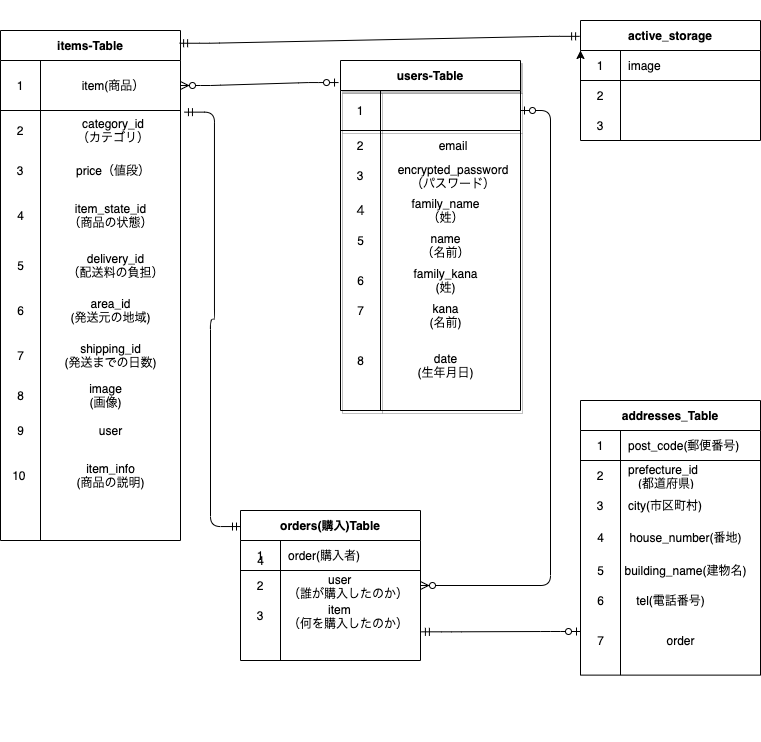
This is furimaER.drawio.png from makoto07karin/furima-36874, a draw.io export, as it was before one commit. Source tidied: cells renumbered, new cells last; positions are measured from the earlier drawing's top-left corner, leaving out a move shared by most shapes.
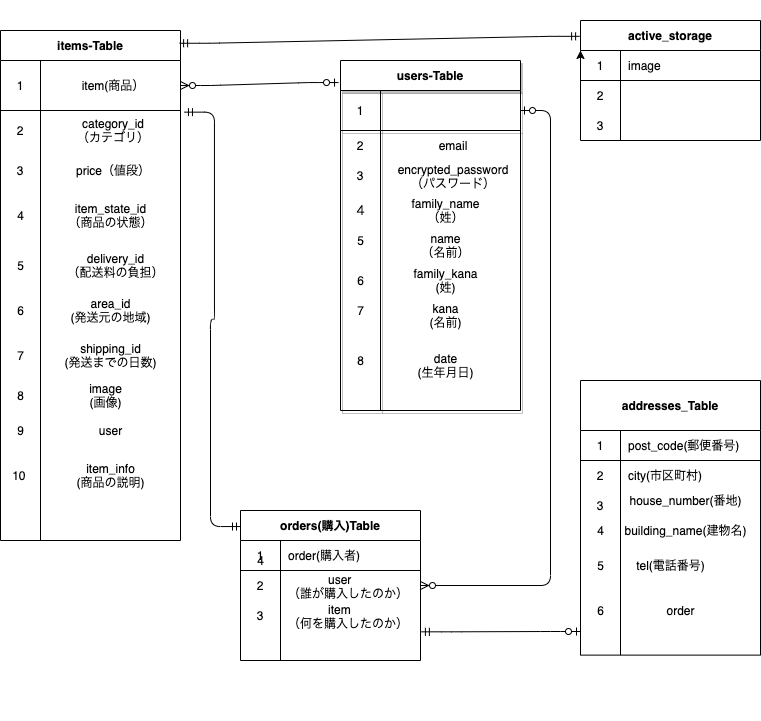
The same diagram one commit later.

Change to the diagram source:
```diff
@@ -224,16 +224,16 @@
       <mxGeometry x="350" y="350" width="20" height="20" as="geometry" />
     </mxCell>
     <mxCell id="75" style="group;" parent="1" vertex="1">
-      <mxGeometry x="580" y="400" width="180" height="340" as="geometry" />
+      <mxGeometry x="580" y="380" width="180" height="340" as="geometry" />
     </mxCell>
     <mxCell id="76" style="group;" parent="75" vertex="1">
       <mxGeometry width="180" height="340" as="geometry" />
     </mxCell>
-    <mxCell id="77" value="addresses_Table" style="shape=table;startSize=30;rowLines=0;fontStyle=1;align=center;" parent="76" vertex="1">
+    <mxCell id="77" value="addresses_Table" style="shape=table;startSize=50;rowLines=0;fontStyle=1;align=center;" parent="76" vertex="1">
       <mxGeometry width="180" height="274.6" as="geometry" />
     </mxCell>
     <mxCell id="78" style="shape=partialRectangle;html=1;whiteSpace=wrap;fillColor=none;top=0;left=0;bottom=1;right=0;" parent="77" vertex="1">
-      <mxGeometry y="30" width="180" height="30" as="geometry" />
+      <mxGeometry y="50" width="180" height="30" as="geometry" />
     </mxCell>
     <mxCell id="79" value="1" style="shape=partialRectangle;html=1;whiteSpace=wrap;fillColor=none;top=0;left=0;bottom=0;right=0;overflow=hidden;" parent="78" vertex="1">
       <mxGeometry width="40" height="30" as="geometry" />
@@ -242,50 +242,47 @@
       <mxGeometry x="40" width="140" height="30" as="geometry" />
     </mxCell>
     <mxCell id="81" style="shape=partialRectangle;html=1;whiteSpace=wrap;fillColor=none;top=0;left=0;bottom=0;right=0;" parent="77" vertex="1">
-      <mxGeometry y="60" width="180" height="30" as="geometry" />
+      <mxGeometry y="80" width="180" height="30" as="geometry" />
     </mxCell>
     <mxCell id="82" value="2" style="shape=partialRectangle;html=1;whiteSpace=wrap;fillColor=none;top=0;left=0;bottom=0;right=0;overflow=hidden;" parent="81" vertex="1">
       <mxGeometry width="40" height="30" as="geometry" />
     </mxCell>
-    <mxCell id="83" value="prefecture_id&lt;br&gt;&amp;nbsp; &amp;nbsp;(都道府県)" style="shape=partialRectangle;html=1;whiteSpace=wrap;fillColor=none;top=0;left=0;bottom=0;right=0;align=left;spacingLeft=6;overflow=hidden;" parent="81" vertex="1">
+    <mxCell id="83" value="&lt;span&gt;city(市区町村)&lt;/span&gt;" style="shape=partialRectangle;html=1;whiteSpace=wrap;fillColor=none;top=0;left=0;bottom=0;right=0;align=left;spacingLeft=6;overflow=hidden;" parent="81" vertex="1">
       <mxGeometry x="40" width="140" height="30" as="geometry" />
     </mxCell>
     <mxCell id="84" style="shape=partialRectangle;html=1;whiteSpace=wrap;fillColor=none;top=0;left=0;bottom=0;right=0;" parent="77" vertex="1">
-      <mxGeometry y="90" width="180" height="30" as="geometry" />
+      <mxGeometry y="110" width="180" height="30" as="geometry" />
     </mxCell>
     <mxCell id="85" value="3" style="shape=partialRectangle;html=1;whiteSpace=wrap;fillColor=none;top=0;left=0;bottom=0;right=0;overflow=hidden;" parent="84" vertex="1">
       <mxGeometry width="40" height="30" as="geometry" />
     </mxCell>
-    <mxCell id="86" value="city(市区町村)" style="shape=partialRectangle;html=1;whiteSpace=wrap;fillColor=none;top=0;left=0;bottom=0;right=0;align=left;spacingLeft=6;overflow=hidden;" parent="84" vertex="1">
+    <mxCell id="86" style="shape=partialRectangle;html=1;whiteSpace=wrap;fillColor=none;top=0;left=0;bottom=0;right=0;align=left;spacingLeft=6;overflow=hidden;" parent="84" vertex="1">
       <mxGeometry x="40" width="140" height="30" as="geometry" />
     </mxCell>
     <mxCell id="87" value="house_number(番地)" style="text;html=1;align=center;verticalAlign=middle;strokeColor=none;" parent="76" vertex="1">
-      <mxGeometry x="40" y="127.3" width="130" height="20" as="geometry" />
+      <mxGeometry x="40" y="110" width="130" height="20" as="geometry" />
     </mxCell>
     <mxCell id="88" value="building_name(建物名)" style="text;html=1;align=center;verticalAlign=middle;strokeColor=none;" parent="76" vertex="1">
-      <mxGeometry x="35" y="160" width="140" height="20" as="geometry" />
+      <mxGeometry x="35" y="140" width="140" height="20" as="geometry" />
     </mxCell>
     <mxCell id="89" value="tel(電話番号)" style="text;html=1;align=center;verticalAlign=middle;strokeColor=none;" parent="76" vertex="1">
-      <mxGeometry x="50" y="190" width="80" height="20" as="geometry" />
+      <mxGeometry x="50" y="175" width="80" height="20" as="geometry" />
     </mxCell>
     <mxCell id="90" value="4" style="text;html=1;align=center;verticalAlign=middle;strokeColor=none;" parent="76" vertex="1">
-      <mxGeometry x="10" y="127.3" width="20" height="20" as="geometry" />
+      <mxGeometry x="10" y="140" width="20" height="20" as="geometry" />
     </mxCell>
     <mxCell id="91" value="5" style="text;html=1;align=center;verticalAlign=middle;strokeColor=none;" parent="76" vertex="1">
-      <mxGeometry x="10" y="160" width="20" height="20" as="geometry" />
+      <mxGeometry x="10" y="174.5" width="20" height="20" as="geometry" />
     </mxCell>
     <mxCell id="92" value="6" style="text;html=1;align=center;verticalAlign=middle;strokeColor=none;" parent="76" vertex="1">
-      <mxGeometry x="10" y="190" width="20" height="20" as="geometry" />
+      <mxGeometry x="10" y="220" width="20" height="20" as="geometry" />
     </mxCell>
+    <mxCell id="95" value="order" style="text;html=1;align=center;verticalAlign=middle;strokeColor=none;" parent="76" vertex="1">
+      <mxGeometry x="80" y="220" width="40" height="20" as="geometry" />
+    </mxCell>
     <mxCell id="93" value="&lt;br&gt;" style="text;html=1;align=center;verticalAlign=middle;strokeColor=none;" parent="75" vertex="1">
       <mxGeometry x="140" y="170" width="20" height="20" as="geometry" />
     </mxCell>
-    <mxCell id="94" value="7" style="text;html=1;align=center;verticalAlign=middle;strokeColor=none;" parent="75" vertex="1">
-      <mxGeometry x="10" y="230" width="20" height="20" as="geometry" />
-    </mxCell>
-    <mxCell id="95" value="order" style="text;html=1;align=center;verticalAlign=middle;strokeColor=none;" parent="75" vertex="1">
-      <mxGeometry x="80" y="230" width="40" height="20" as="geometry" />
-    </mxCell>
     <mxCell id="96" style="edgeStyle=entityRelationEdgeStyle;fontSize=12;html=1;endArrow=ERmandOne;startArrow=ERmandOne;entryX=1.022;entryY=1.033;entryDx=0;entryDy=0;entryPerimeter=0;exitX=0;exitY=0.107;exitDx=0;exitDy=0;exitPerimeter=0;" parent="1" edge="1" source="33" target="46">
       <mxGeometry relative="1" as="geometry" />
     </mxCell>
```
